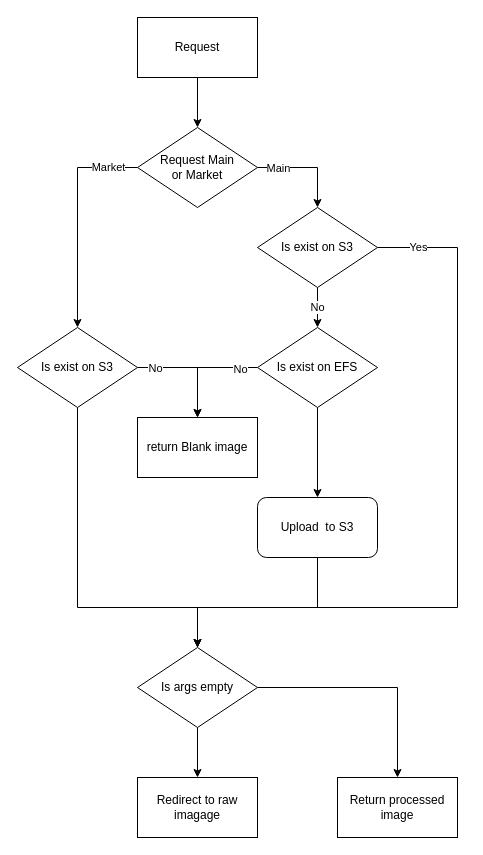
Before: Untitled Diagram.drawio in isaackhlam/isaackhlam, a draw.io diagram. Source tidied: cells renumbered, new cells numbered last; positions are measured from the earlier drawing's top-left corner, leaving out a move shared by most shapes. Both pictures are drawn from the tidied source at 100%, with x=0, y=0 at pixel (17, 17).
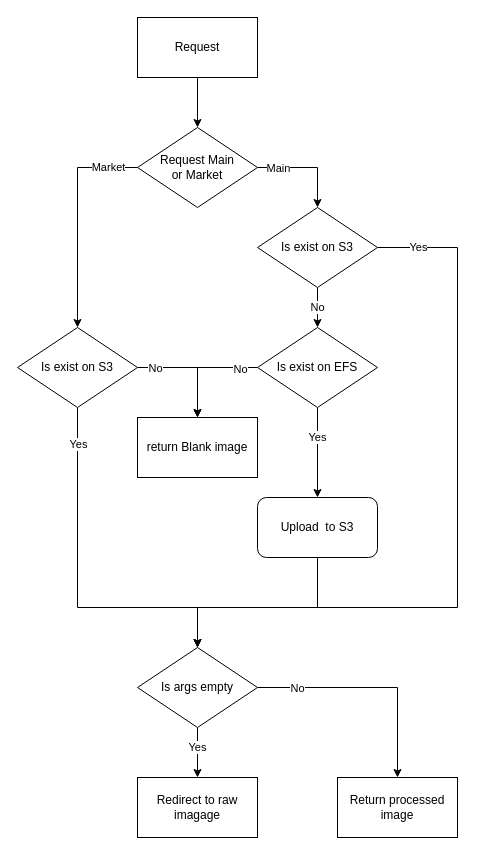
After the change.

The change refers to these unchanged cells:
```xml
<mxCell id="9" style="edgeStyle=orthogonalEdgeStyle;rounded=0;jettySize=auto;html=1;entryX=0.5;entryY=0;entryDx=0;entryDy=0;" parent="1" edge="1" source="10" target="23">
  <mxGeometry relative="1" as="geometry">
    <Array as="points">
      <mxPoint x="60" y="590" />
      <mxPoint x="180" y="590" />
    </Array>
  </mxGeometry>
</mxCell>
<mxCell id="19" value="Is exist on EFS" style="rhombus;whiteSpace=wrap;html=1;" parent="1" vertex="1">
  <mxGeometry x="240" y="310" width="120" height="80" as="geometry" />
</mxCell>
<mxCell id="22" style="edgeStyle=orthogonalEdgeStyle;rounded=0;jettySize=auto;html=1;" parent="1" edge="1" source="23" target="27">
  <mxGeometry relative="1" as="geometry" />
</mxCell>
<mxCell id="23" value="Is args empty" style="rhombus;whiteSpace=wrap;html=1;" parent="1" vertex="1">
  <mxGeometry x="120" y="630" width="120" height="80" as="geometry" />
</mxCell>
<mxCell id="25" value="Upload&amp;nbsp; to S3" style="rounded=1;whiteSpace=wrap;html=1;" parent="1" vertex="1">
  <mxGeometry x="240" y="480" width="120" height="60" as="geometry" />
</mxCell>
<mxCell id="26" value="Redirect to raw imagage" style="rounded=0;whiteSpace=wrap;html=1;" parent="1" vertex="1">
  <mxGeometry x="120" y="760" width="120" height="60" as="geometry" />
</mxCell>
```

The edit, as a diff of the source:
```diff
@@
+    <mxCell id="28" value="Yes" style="edgeLabel;html=1;align=center;verticalAlign=middle;" parent="9" vertex="1">
+      <mxGeometry x="-0.8" relative="1" as="geometry" />
+    </mxCell>
@@
-    <mxCell id="18" style="edgeStyle=orthogonalEdgeStyle;rounded=0;jettySize=auto;html=1;" parent="1" edge="1" source="19" target="25">
-      <mxGeometry relative="1" as="geometry" />
+    <mxCell id="18" value="Yes" style="edgeStyle=orthogonalEdgeStyle;rounded=0;jettySize=auto;html=1;" parent="1" edge="1" source="19" target="25">
+      <mxGeometry x="-0.33" relative="1" as="geometry" />
     </mxCell>
@@
-    <mxCell id="21" style="edgeStyle=orthogonalEdgeStyle;rounded=0;jettySize=auto;html=1;" parent="1" edge="1" source="23" target="26">
-      <mxGeometry relative="1" as="geometry" />
+    <mxCell id="21" value="Yes" style="edgeStyle=orthogonalEdgeStyle;rounded=0;jettySize=auto;html=1;" parent="1" edge="1" source="23" target="26">
+      <mxGeometry x="-0.2" relative="1" as="geometry" />
     </mxCell>
@@
+    <mxCell id="29" value="No" style="edgeLabel;html=1;align=center;verticalAlign=middle;" parent="22" vertex="1">
+      <mxGeometry x="-0.66" y="4" relative="1" as="geometry">
+        <mxPoint y="4" as="offset" />
+      </mxGeometry>
+    </mxCell>
```
